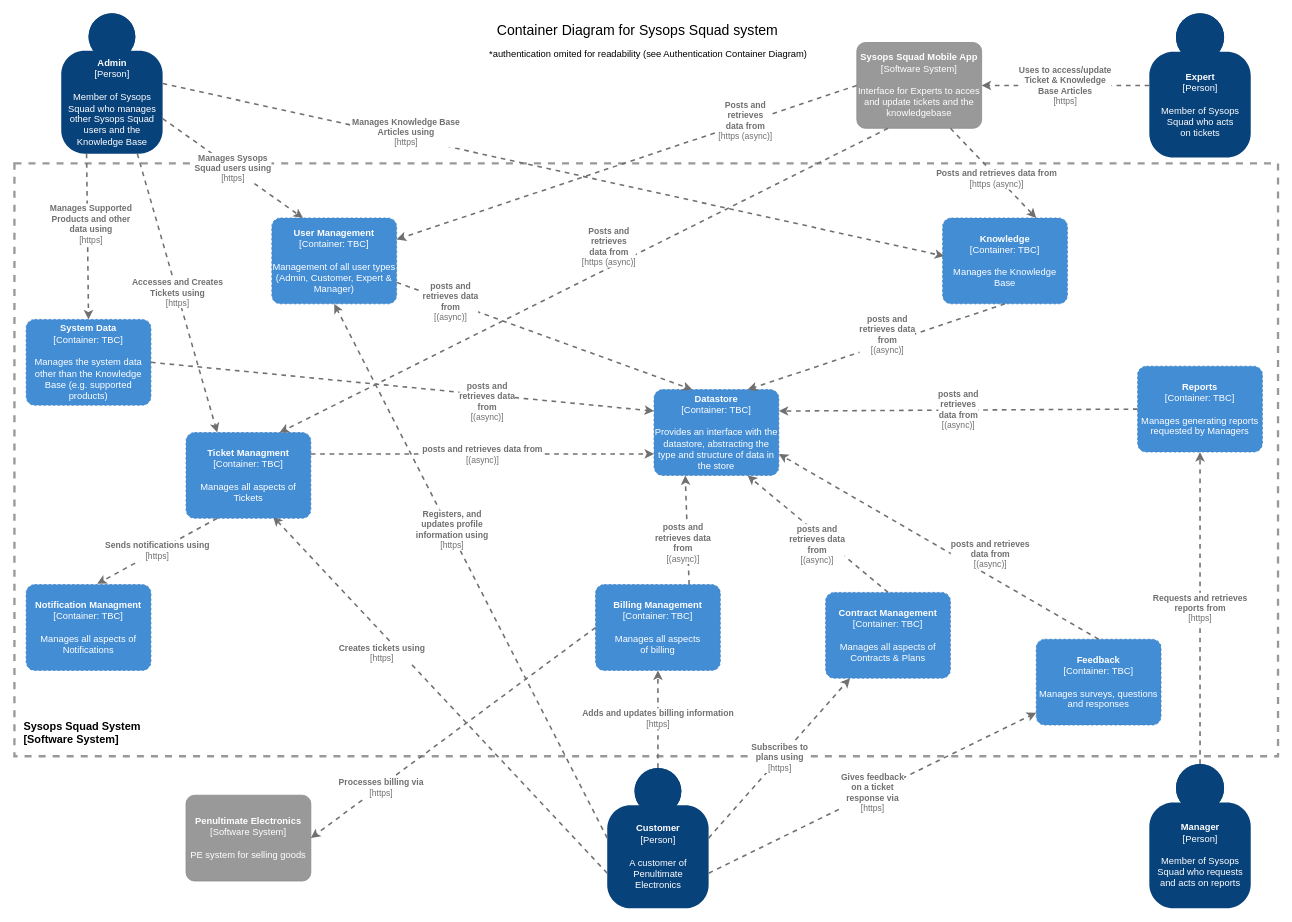
This is 3.ViewsAndPerspectives/infrastructure/images/ContainerDiagram.drawio from tekiegirl/TheMadKatas, a draw.io file, before an edit. Source tidied: cells renumbered, new cells numbered last; positions are measured from the earlier drawing's top-left corner, leaving out a move shared by most shapes. Both pictures are drawn from the tidied source at 78%, with x=0, y=0 at pixel (14, 13).
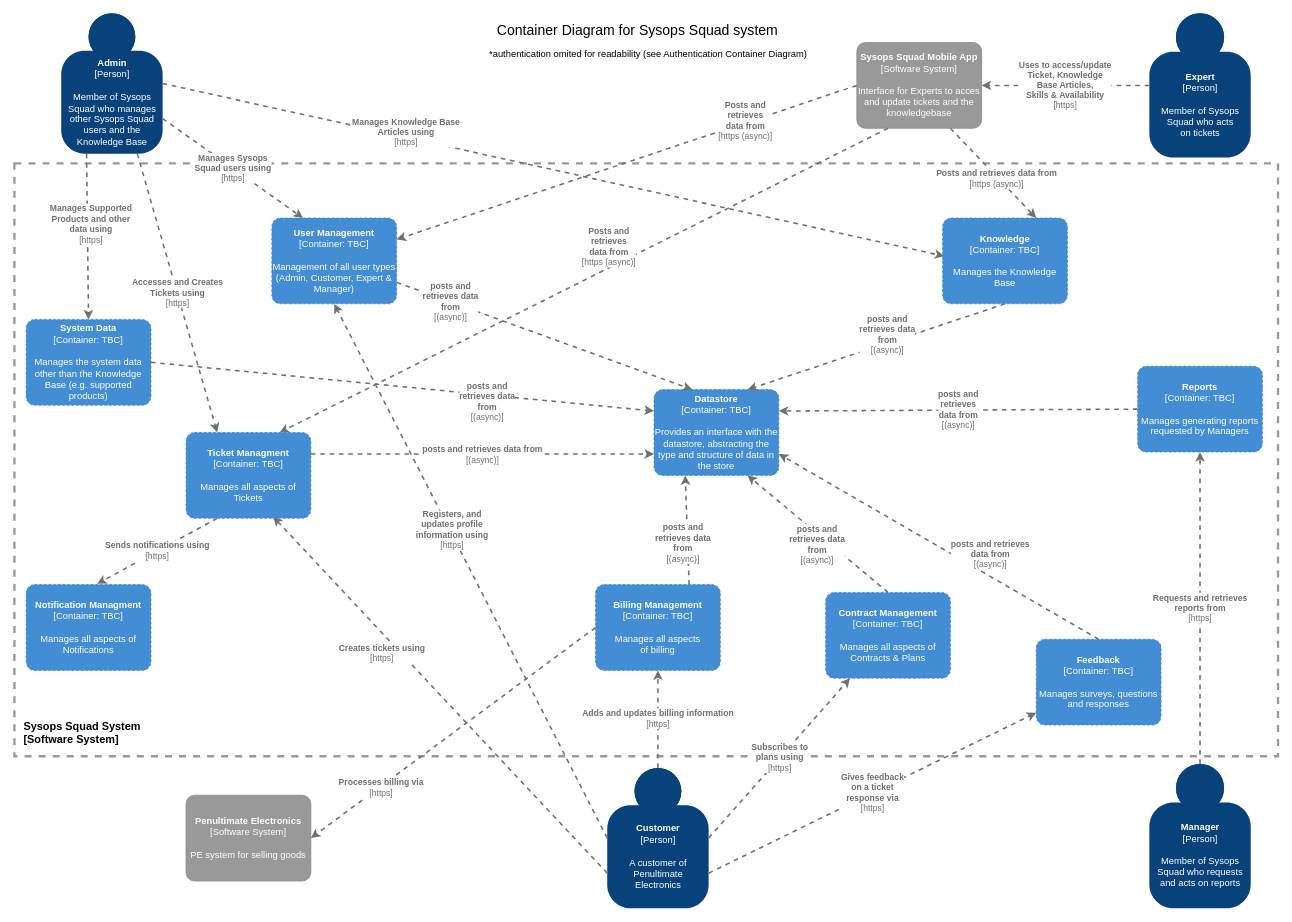
The same diagram, later.

Commit message (it also covers changes not shown here):
Add remaining domains to architecture analysis, ADRs,  and update container diagram

The change refers to these unchanged cells:
```xml
<object id="4" label="&lt;b&gt;%c4Name%&lt;/b&gt;&lt;div&gt;[%c4Type%]&lt;/div&gt;&lt;br&gt;&lt;div&gt;%c4Description%&lt;/div&gt;" c4Description="Interface for Experts to acces and update tickets and the knowledgebase" c4Name="Sysops Squad Mobile App" c4Type="Software System" placeholders="1">
  <mxCell style="rounded=1;whiteSpace=wrap;html=1;labelBackgroundColor=none;fillColor=#999999;fontColor=#ffffff;align=center;arcSize=10;strokeColor=#8A8A8A;metaData={&quot;c4Type&quot;:{&quot;editable&quot;:false}};points=[[0.25,0,0],[0.5,0,0],[0.75,0,0],[1,0.25,0],[1,0.5,0],[1,0.75,0],[0.75,1,0],[0.5,1,0],[0.25,1,0],[0,0.75,0],[0,0.5,0],[0,0.25,0]];" parent="1" vertex="1">
    <mxGeometry x="1080" y="37" width="160" height="110" as="geometry" />
  </mxCell>
</object>
<object id="5" label="&lt;b&gt;%c4Name%&lt;/b&gt;&lt;div&gt;[%c4Type%]&lt;/div&gt;&lt;br&gt;&lt;div&gt;%c4Description%&lt;/div&gt;" c4Description="Member of Sysops &#10;Squad who acts &#10;on tickets" c4Name="Expert" c4Type="Person" placeholders="1">
  <mxCell style="html=1;dashed=0;whitespace=wrap;fillColor=#08427b;strokeColor=none;fontColor=#ffffff;shape=mxgraph.c4.person;align=center;points=[[0.5,0,0],[1,0.5,0],[1,0.75,0],[0.75,1,0],[0.5,1,0],[0.25,1,0],[0,0.75,0],[0,0.5,0]];metaData={&quot;c4Type&quot;:{&quot;editable&quot;:false}};" parent="1" vertex="1">
    <mxGeometry x="1455" y="-0.5" width="130" height="185" as="geometry" />
  </mxCell>
</object>
```

The edit, as a diff of the source:
```diff
@@
-    <object id="8" label="&lt;div style=&quot;text-align: left&quot;&gt;&lt;div style=&quot;text-align: center&quot;&gt;&lt;b&gt;%c4Description%&lt;/b&gt;&lt;/div&gt;&lt;div style=&quot;text-align: center&quot;&gt;[%c4Technology%]&lt;/div&gt;&lt;/div&gt;" c4Description="Uses to access/update &#10;Ticket &amp; Knowledge &#10;Base Articles" c4Technology="https" placeholders="1">
+    <object id="8" label="&lt;div style=&quot;text-align: left&quot;&gt;&lt;div style=&quot;text-align: center&quot;&gt;&lt;b&gt;%c4Description%&lt;/b&gt;&lt;/div&gt;&lt;div style=&quot;text-align: center&quot;&gt;[%c4Technology%]&lt;/div&gt;&lt;/div&gt;" c4Description="Uses to access/update &#10;Ticket, Knowledge &#10;Base Articles,&#10;Skills &amp; Availability" c4Technology="https" placeholders="1">
       <mxCell style="edgeStyle=none;rounded=0;html=1;entryX=1;entryY=0.5;jettySize=auto;strokeColor=#707070;strokeWidth=2;fontColor=#707070;jumpStyle=none;dashed=1;metaData={&quot;c4Type&quot;:{&quot;editable&quot;:false}};exitX=0;exitY=0.5;exitDx=0;exitDy=0;exitPerimeter=0;entryDx=0;entryDy=0;entryPerimeter=0;" parent="1" edge="1" source="5" target="4">
         <mxGeometry relative="1" as="geometry" />
       </mxCell>
     </object>
```
